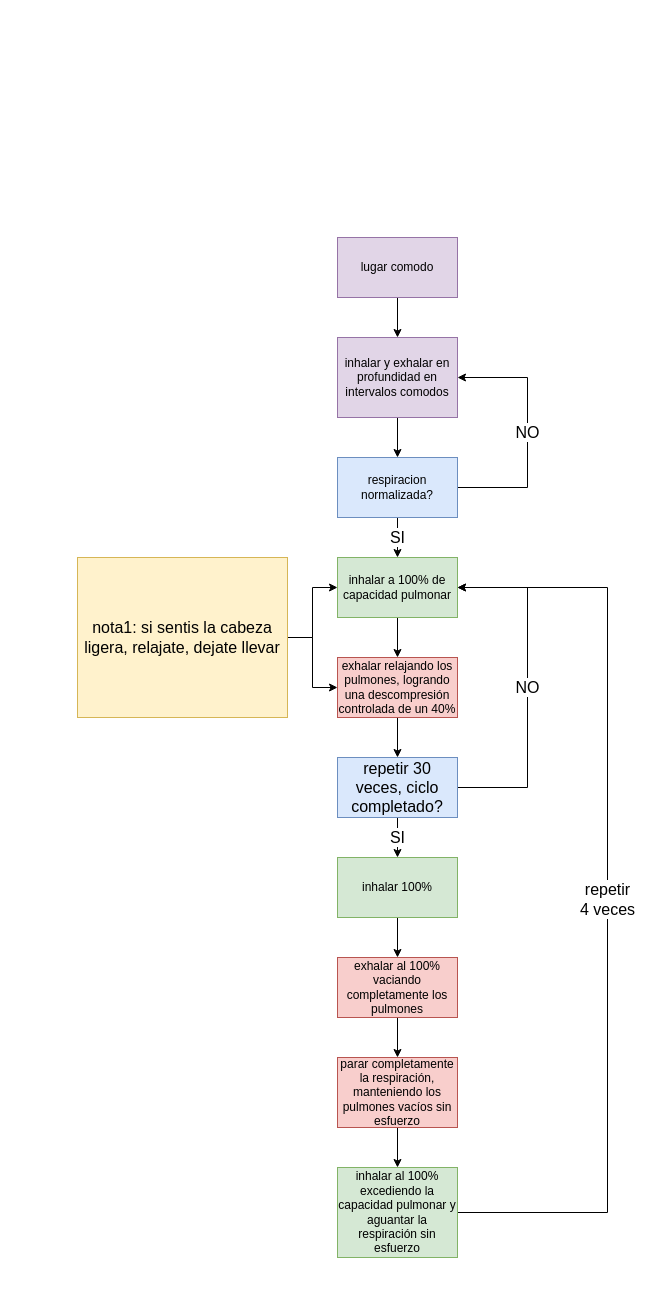
Above: design_files/respiraciones poggers.drawio in marsex/workbench (draw.io), before the change. Source tidied: cells renumbered, new cells numbered last; positions are measured from the earlier drawing's top-left corner, leaving out a move shared by most shapes. Both pictures are drawn from the tidied source at 100%, with x=0, y=0 at pixel (77, 237).
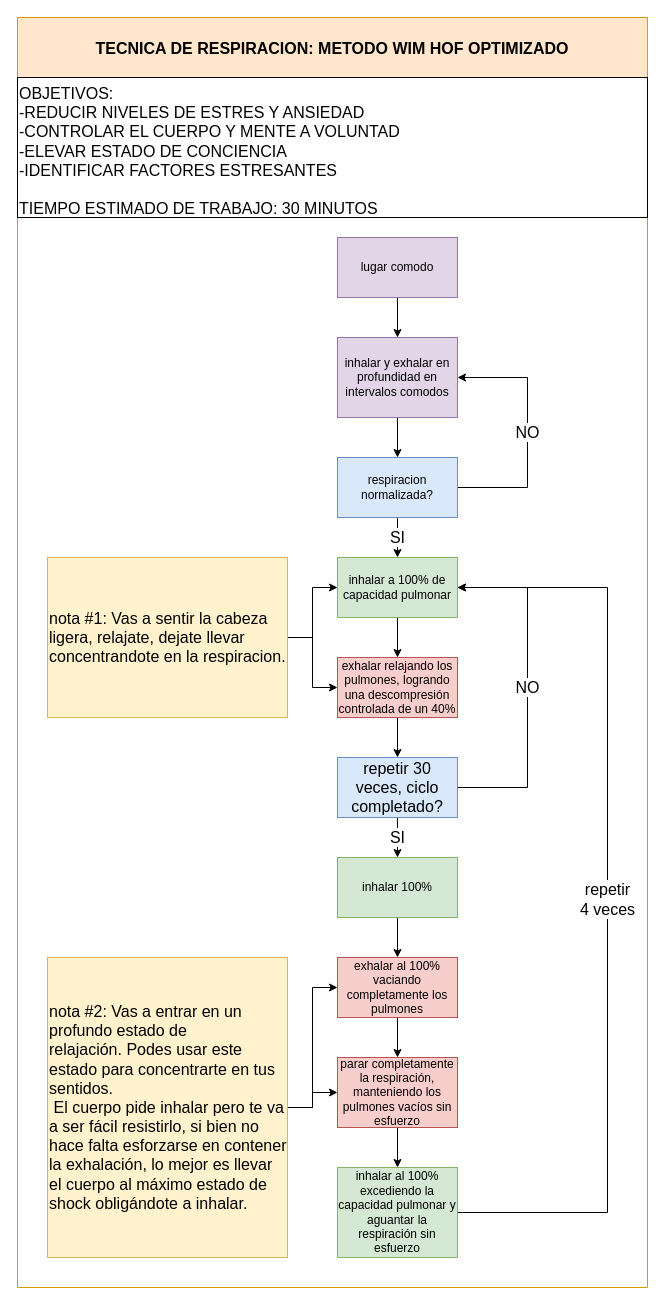
The same page after the edit.

Unchanged cells that the change refers to:
```xml
<mxCell id="19" value="exhalar al 100% vaciando completamente los pulmones" style="whiteSpace=wrap;html=1;rounded=0;fillColor=#f8cecc;strokeColor=#b85450;" parent="1" vertex="1">
  <mxGeometry x="260" y="720" width="120" height="60" as="geometry" />
</mxCell>
<mxCell id="21" value="parar completamente la respiración, manteniendo los pulmones vacíos sin esfuerzo" style="whiteSpace=wrap;html=1;rounded=0;fillColor=#f8cecc;strokeColor=#b85450;" parent="1" vertex="1">
  <mxGeometry x="260" y="820" width="120" height="70" as="geometry" />
</mxCell>
```

The edit, as a diff of the source:
```diff
@@
-    <mxCell id="15" value="nota1: si sentis la cabeza ligera, relajate, dejate llevar" style="rounded=0;whiteSpace=wrap;html=1;fontSize=16;fillColor=#fff2cc;strokeColor=#d6b656;" parent="1" vertex="1">
-      <mxGeometry y="320" width="210" height="160" as="geometry" />
+    <mxCell id="15" value="nota #1: Vas a sentir la cabeza ligera, relajate, dejate llevar concentrandote en la respiracion." style="rounded=0;whiteSpace=wrap;html=1;fontSize=16;fillColor=#fff2cc;strokeColor=#d6b656;align=left;" parent="1" vertex="1">
+      <mxGeometry x="-30" y="320" width="240" height="160" as="geometry" />
     </mxCell>
@@
+    <mxCell id="27" style="edgeStyle=orthogonalEdgeStyle;rounded=0;jettySize=auto;html=1;fontSize=16;" parent="1" edge="1" source="29" target="21">
+      <mxGeometry relative="1" as="geometry" />
+    </mxCell>
+    <mxCell id="28" style="edgeStyle=orthogonalEdgeStyle;rounded=0;jettySize=auto;html=1;fontSize=16;" parent="1" edge="1" source="29" target="19">
+      <mxGeometry relative="1" as="geometry" />
+    </mxCell>
+    <mxCell id="29" value="nota #2: Vas a entrar en un profundo estado de relajación.&amp;nbsp;&lt;span style=&quot;text-align: center&quot;&gt;Podes usar este estado para concentrarte en tus sentidos. &lt;br&gt;&amp;nbsp;E&lt;/span&gt;l cuerpo pide inhalar pero te va a ser fácil resistirlo, si bien no hace falta esforzarse en contener la exhalación, lo mejor es llevar el cuerpo al máximo estado de shock obligándote a inhalar.&amp;nbsp;&amp;nbsp;" style="rounded=0;whiteSpace=wrap;html=1;fontSize=16;fillColor=#fff2cc;strokeColor=#d6b656;align=left;" parent="1" vertex="1">
+      <mxGeometry x="-30" y="720" width="240" height="300" as="geometry" />
+    </mxCell>
+    <mxCell id="30" value="TECNICA DE RESPIRACION: METODO WIM HOF OPTIMIZADO" style="swimlane;fontSize=16;align=center;fillColor=#ffe6cc;strokeColor=#d79b00;startSize=60;" parent="1" vertex="1">
+      <mxGeometry x="-60" y="-220" width="630" height="1270" as="geometry" />
+    </mxCell>
+    <mxCell id="31" value="OBJETIVOS: &lt;br&gt;-REDUCIR NIVELES DE ESTRES Y ANSIEDAD&lt;br&gt;-CONTROLAR EL CUERPO Y MENTE A VOLUNTAD&lt;br&gt;-ELEVAR ESTADO DE CONCIENCIA&lt;br&gt;-IDENTIFICAR FACTORES ESTRESANTES&lt;br&gt;&lt;br&gt;TIEMPO ESTIMADO DE TRABAJO: 30 MINUTOS" style="rounded=0;whiteSpace=wrap;html=1;fontSize=16;align=left;verticalAlign=top;" parent="30" vertex="1">
+      <mxGeometry y="60" width="630" height="140" as="geometry" />
+    </mxCell>
```
